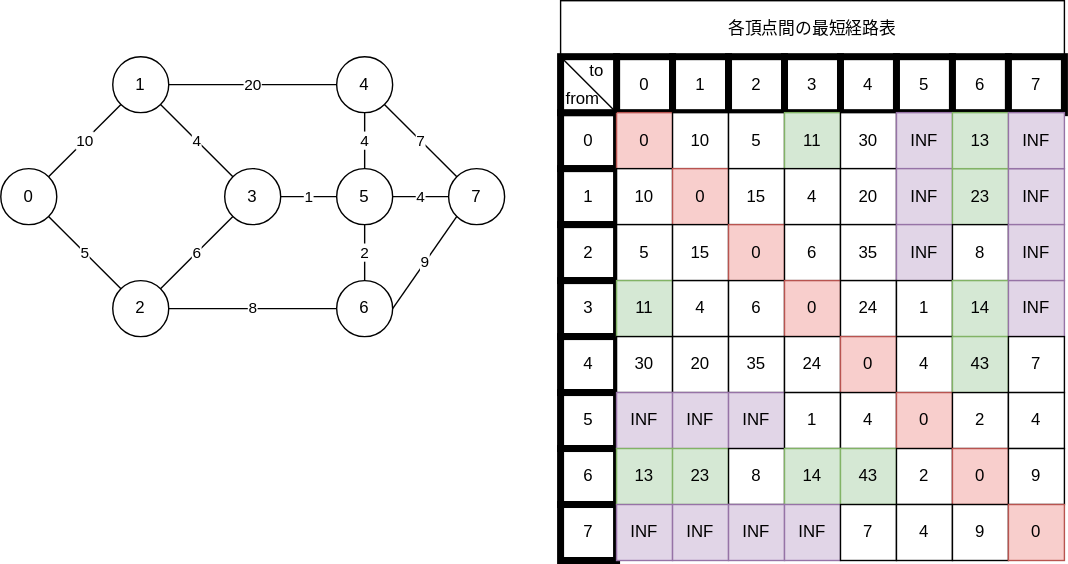
This is static/img/svg/Algorithm/warshall-floyd/warshall-floyd-6.drawio.svg from koseki2580/study-docs, a draw.io export, as it was before one commit. Source tidied: cells renumbered, new cells last; positions are measured from the earlier drawing's top-left corner, leaving out a move shared by most shapes.
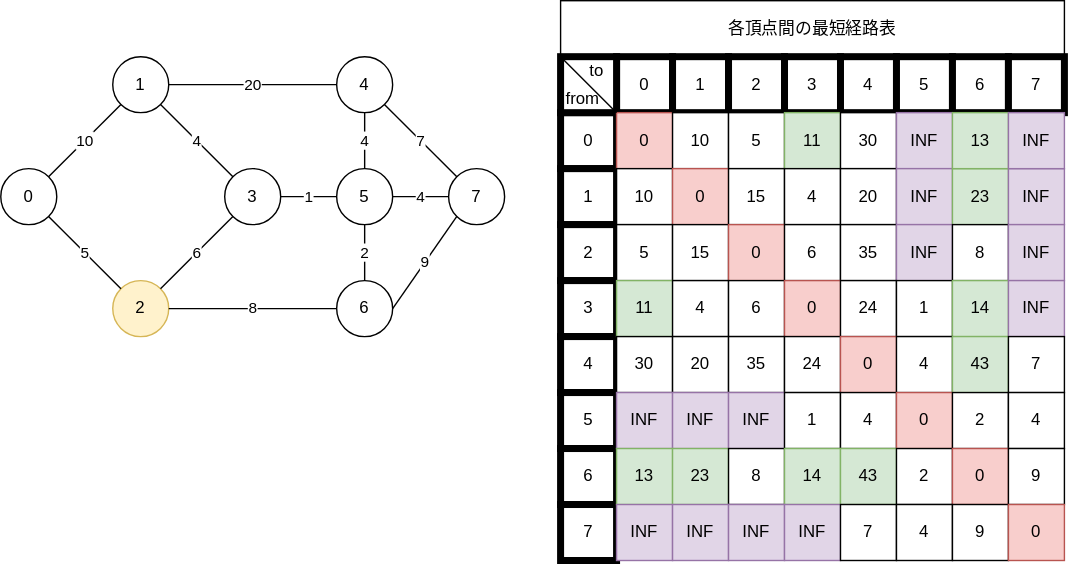
The same file after the commit.

The edit, as a diff of the source:
```diff
@@ -8,7 +8,7 @@
     <mxCell id="3" value="1" style="ellipse;whiteSpace=wrap;html=1;" parent="1" vertex="1">
       <mxGeometry x="80" y="40" width="40" height="40" as="geometry" />
     </mxCell>
-    <mxCell id="4" value="2" style="ellipse;whiteSpace=wrap;html=1;" parent="1" vertex="1">
+    <mxCell id="4" value="2" style="ellipse;whiteSpace=wrap;html=1;fillColor=#fff2cc;strokeColor=#d6b656;" parent="1" vertex="1">
       <mxGeometry x="80" y="200" width="40" height="40" as="geometry" />
     </mxCell>
     <mxCell id="5" value="3" style="ellipse;whiteSpace=wrap;html=1;" parent="1" vertex="1">
```
